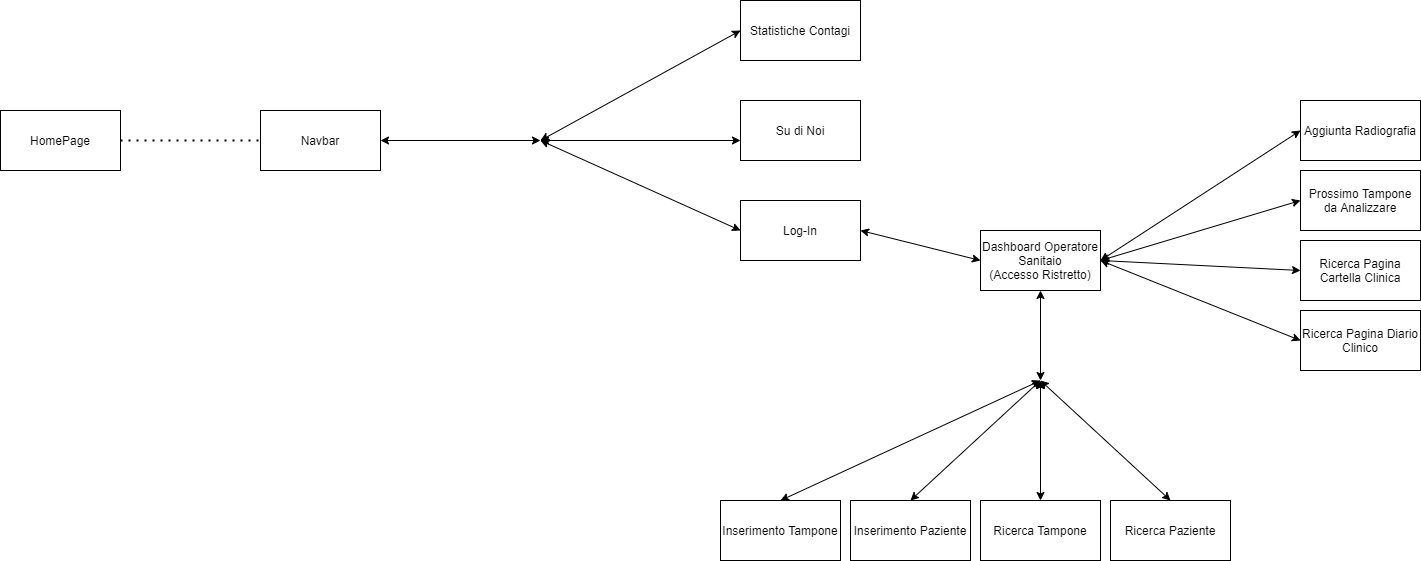
lorycris99/Team-HILO keeps this draw.io diagram as Diagrammi/Diagramma di Navigazione/NavDiagram.png. Above is the earlier version. Source tidied: cells renumbered, new cells last; positions are measured from the earlier drawing's top-left corner, leaving out a move shared by most shapes. The source it was exported from:
```xml
<mxGraphModel>
  <root>
    <mxCell id="0" />
    <mxCell id="1" parent="0" />
    <mxCell id="2" value="Navbar" style="rounded=0;whiteSpace=wrap;html=1;" parent="1" vertex="1">
      <mxGeometry x="260" y="110" width="120" height="60" as="geometry" />
    </mxCell>
    <mxCell id="3" style="endArrow=classic;startArrow=classic;html=1;exitX=1;exitY=0.5;exitDx=0;exitDy=0;" parent="1" edge="1" source="2">
      <mxGeometry relative="1" as="geometry">
        <mxPoint x="540" y="140" as="targetPoint" />
      </mxGeometry>
    </mxCell>
    <mxCell id="4" style="endArrow=classic;startArrow=classic;html=1;exitX=1;exitY=0.5;exitDx=0;exitDy=0;" parent="1" edge="1">
      <mxGeometry relative="1" as="geometry">
        <mxPoint x="540" y="140" as="sourcePoint" />
        <mxPoint x="740" y="30" as="targetPoint" />
      </mxGeometry>
    </mxCell>
    <mxCell id="5" style="endArrow=classic;startArrow=classic;html=1;exitX=1;exitY=0.5;exitDx=0;exitDy=0;" parent="1" edge="1">
      <mxGeometry relative="1" as="geometry">
        <mxPoint x="540" y="140" as="sourcePoint" />
        <mxPoint x="740" y="140" as="targetPoint" />
      </mxGeometry>
    </mxCell>
    <mxCell id="6" style="endArrow=classic;startArrow=classic;html=1;exitX=1;exitY=0.5;exitDx=0;exitDy=0;" parent="1" edge="1">
      <mxGeometry relative="1" as="geometry">
        <mxPoint x="540" y="140" as="sourcePoint" />
        <mxPoint x="740" y="230" as="targetPoint" />
      </mxGeometry>
    </mxCell>
    <mxCell id="7" value="Statistiche Contagi" style="rounded=0;whiteSpace=wrap;html=1;" parent="1" vertex="1">
      <mxGeometry x="740" width="120" height="60" as="geometry" />
    </mxCell>
    <mxCell id="8" value="Su di Noi" style="rounded=0;whiteSpace=wrap;html=1;" parent="1" vertex="1">
      <mxGeometry x="740" y="100" width="120" height="60" as="geometry" />
    </mxCell>
    <mxCell id="9" value="Log-In" style="rounded=0;whiteSpace=wrap;html=1;" parent="1" vertex="1">
      <mxGeometry x="740" y="200" width="120" height="60" as="geometry" />
    </mxCell>
    <mxCell id="10" value="HomePage" style="rounded=0;whiteSpace=wrap;html=1;" parent="1" vertex="1">
      <mxGeometry y="110" width="120" height="60" as="geometry" />
    </mxCell>
    <mxCell id="11" style="endArrow=none;dashed=1;html=1;dashPattern=1 3;strokeWidth=2;exitX=1;exitY=0.5;exitDx=0;exitDy=0;entryX=0;entryY=0.5;entryDx=0;entryDy=0;" parent="1" edge="1" source="10" target="2">
      <mxGeometry relative="1" as="geometry" />
    </mxCell>
    <mxCell id="12" style="endArrow=classic;startArrow=classic;html=1;exitX=1;exitY=0.5;exitDx=0;exitDy=0;" parent="1" edge="1" source="9">
      <mxGeometry relative="1" as="geometry">
        <mxPoint x="980" y="260" as="targetPoint" />
      </mxGeometry>
    </mxCell>
    <mxCell id="13" value="Dashboard Operatore Sanitaio&lt;br&gt;(Accesso Ristretto)" style="rounded=0;whiteSpace=wrap;html=1;" parent="1" vertex="1">
      <mxGeometry x="980" y="230" width="120" height="60" as="geometry" />
    </mxCell>
    <mxCell id="14" style="endArrow=classic;startArrow=classic;html=1;exitX=0.5;exitY=1;exitDx=0;exitDy=0;" parent="1" edge="1" source="13">
      <mxGeometry relative="1" as="geometry">
        <mxPoint x="1040" y="380" as="targetPoint" />
      </mxGeometry>
    </mxCell>
    <mxCell id="15" style="endArrow=classic;startArrow=classic;html=1;exitX=0.5;exitY=0;exitDx=0;exitDy=0;" parent="1" edge="1" source="16">
      <mxGeometry relative="1" as="geometry">
        <mxPoint x="1040" y="380" as="targetPoint" />
      </mxGeometry>
    </mxCell>
    <mxCell id="16" value="Inserimento Tampone" style="rounded=0;whiteSpace=wrap;html=1;" parent="1" vertex="1">
      <mxGeometry x="720" y="500" width="120" height="60" as="geometry" />
    </mxCell>
    <mxCell id="17" style="endArrow=classic;startArrow=classic;html=1;exitX=0.5;exitY=0;exitDx=0;exitDy=0;" parent="1" edge="1" source="18">
      <mxGeometry relative="1" as="geometry">
        <mxPoint x="1040" y="380" as="targetPoint" />
      </mxGeometry>
    </mxCell>
    <mxCell id="18" value="Inserimento Paziente" style="rounded=0;whiteSpace=wrap;html=1;" parent="1" vertex="1">
      <mxGeometry x="850" y="500" width="120" height="60" as="geometry" />
    </mxCell>
    <mxCell id="19" value="Ricerca Tampone" style="rounded=0;whiteSpace=wrap;html=1;" parent="1" vertex="1">
      <mxGeometry x="980" y="500" width="120" height="60" as="geometry" />
    </mxCell>
    <mxCell id="20" value="Ricerca Paziente" style="rounded=0;whiteSpace=wrap;html=1;" parent="1" vertex="1">
      <mxGeometry x="1110" y="500" width="120" height="60" as="geometry" />
    </mxCell>
    <mxCell id="21" value="Aggiunta Radiografia" style="rounded=0;whiteSpace=wrap;html=1;" parent="1" vertex="1">
      <mxGeometry x="1300" y="100" width="120" height="60" as="geometry" />
    </mxCell>
    <mxCell id="22" value="Prossimo Tampone da Analizzare" style="rounded=0;whiteSpace=wrap;html=1;" parent="1" vertex="1">
      <mxGeometry x="1300" y="170" width="120" height="60" as="geometry" />
    </mxCell>
    <mxCell id="23" value="Ricerca Pagina Cartella Clinica" style="rounded=0;whiteSpace=wrap;html=1;" parent="1" vertex="1">
      <mxGeometry x="1300" y="240" width="120" height="60" as="geometry" />
    </mxCell>
    <mxCell id="24" value="Ricerca Pagina Diario Clinico" style="rounded=0;whiteSpace=wrap;html=1;" parent="1" vertex="1">
      <mxGeometry x="1300" y="310" width="120" height="60" as="geometry" />
    </mxCell>
    <mxCell id="25" style="endArrow=classic;startArrow=classic;html=1;exitX=0.5;exitY=0;exitDx=0;exitDy=0;" parent="1" edge="1" source="19">
      <mxGeometry relative="1" as="geometry">
        <mxPoint x="1040" y="380" as="targetPoint" />
      </mxGeometry>
    </mxCell>
    <mxCell id="26" style="endArrow=classic;startArrow=classic;html=1;exitX=0.5;exitY=0;exitDx=0;exitDy=0;" parent="1" edge="1" source="20">
      <mxGeometry relative="1" as="geometry">
        <mxPoint x="1040" y="380" as="targetPoint" />
      </mxGeometry>
    </mxCell>
    <mxCell id="27" style="endArrow=classic;startArrow=classic;html=1;exitX=0;exitY=0.5;exitDx=0;exitDy=0;entryX=1;entryY=0.5;entryDx=0;entryDy=0;" parent="1" edge="1" source="21" target="13">
      <mxGeometry relative="1" as="geometry" />
    </mxCell>
    <mxCell id="28" style="endArrow=classic;startArrow=classic;html=1;exitX=0;exitY=0.5;exitDx=0;exitDy=0;entryX=1;entryY=0.5;entryDx=0;entryDy=0;" parent="1" edge="1" source="22" target="13">
      <mxGeometry relative="1" as="geometry" />
    </mxCell>
    <mxCell id="29" style="endArrow=classic;startArrow=classic;html=1;exitX=0;exitY=0.5;exitDx=0;exitDy=0;entryX=1;entryY=0.5;entryDx=0;entryDy=0;" parent="1" edge="1" source="23" target="13">
      <mxGeometry relative="1" as="geometry" />
    </mxCell>
    <mxCell id="30" style="endArrow=classic;startArrow=classic;html=1;exitX=0;exitY=0.5;exitDx=0;exitDy=0;entryX=1;entryY=0.5;entryDx=0;entryDy=0;" parent="1" edge="1" source="24" target="13">
      <mxGeometry relative="1" as="geometry" />
    </mxCell>
  </root>
</mxGraphModel>
```
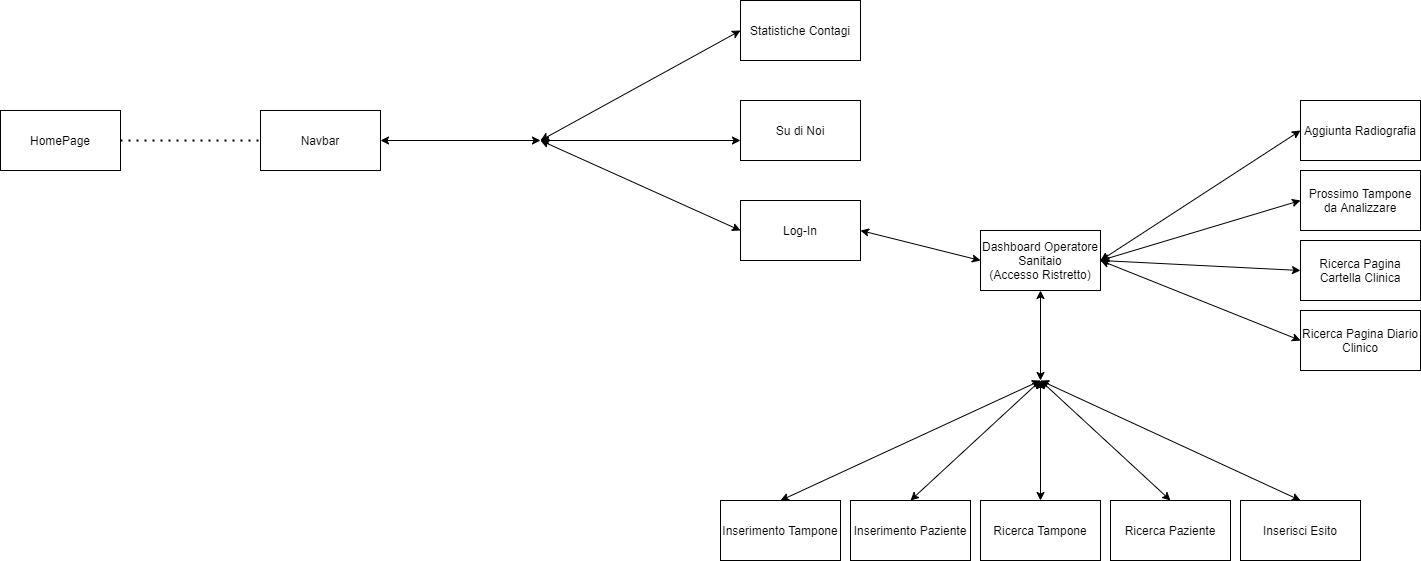
After the change.

Change to the diagram source:
```diff
@@ -112,5 +112,14 @@
     <mxCell id="30" style="endArrow=classic;startArrow=classic;html=1;exitX=0;exitY=0.5;exitDx=0;exitDy=0;entryX=1;entryY=0.5;entryDx=0;entryDy=0;" parent="1" edge="1" source="24" target="13">
       <mxGeometry relative="1" as="geometry" />
     </mxCell>
+    <mxCell id="31" value="Inserisci Esito" style="rounded=0;whiteSpace=wrap;html=1;" parent="1" vertex="1">
+      <mxGeometry x="1240" y="500" width="120" height="60" as="geometry" />
+    </mxCell>
+    <mxCell id="32" style="endArrow=classic;startArrow=classic;html=1;exitX=0.5;exitY=0;exitDx=0;exitDy=0;" parent="1" edge="1">
+      <mxGeometry relative="1" as="geometry">
+        <mxPoint x="1300" y="500" as="sourcePoint" />
+        <mxPoint x="1040" y="380" as="targetPoint" />
+      </mxGeometry>
+    </mxCell>
   </root>
 </mxGraphModel>
```
